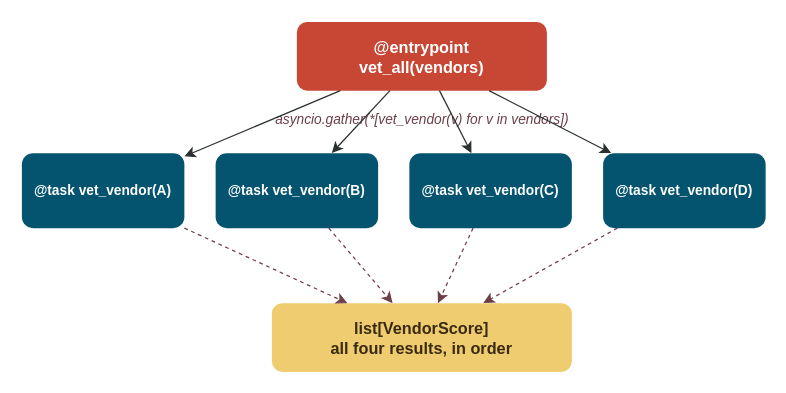
Above: page "Functional API" (6 of 8) of docs/img/patterns/tulip-patterns.drawio in tuliplabs-ai/docs (draw.io), before the change. Source tidied: cells renumbered, new cells numbered last; positions are measured from the earlier drawing's top-left corner, leaving out a move shared by most shapes. Both pictures are drawn from the tidied source at 125%, with x=0, y=0 at pixel (21, 21).
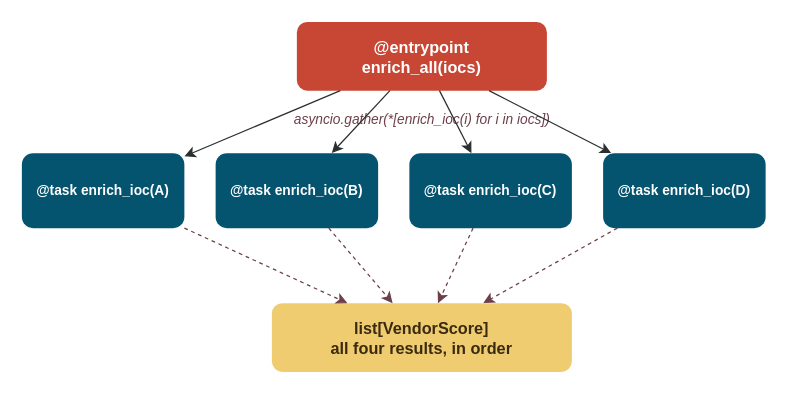
The same diagram, later.

Diff of the diagram source:
```diff
@@
 <mxGraphModel>
   <root>
     <mxCell id="0" />
     <mxCell id="1" parent="0" />
-    <mxCell id="2" value="@entrypoint&#10;vet_all(vendors)" style="rounded=1;whiteSpace=wrap;html=1;fillColor=#C74634;strokeColor=none;fontColor=#FFFFFF;fontSize=13;fontStyle=1;align=center;" parent="1" vertex="1">
+    <mxCell id="2" value="@entrypoint&#10;enrich_all(iocs)" style="rounded=1;whiteSpace=wrap;html=1;fillColor=#C74634;strokeColor=none;fontColor=#FFFFFF;fontSize=13;fontStyle=1;align=center;" parent="1" vertex="1">
       <mxGeometry x="220" width="200" height="55" as="geometry" />
     </mxCell>
-    <mxCell id="3" value="asyncio.gather(*[vet_vendor(v) for v in vendors])" style="text;html=1;align=center;fontSize=11;fontStyle=2;fontColor=#6C3F49;" parent="1" vertex="1">
+    <mxCell id="3" value="asyncio.gather(*[enrich_ioc(i) for i in iocs])" style="text;html=1;align=center;fontSize=11;fontStyle=2;fontColor=#6C3F49;" parent="1" vertex="1">
       <mxGeometry x="120" y="65" width="400" height="20" as="geometry" />
     </mxCell>
-    <mxCell id="4" value="@task vet_vendor(A)" style="rounded=1;whiteSpace=wrap;html=1;fillColor=#04536F;strokeColor=none;fontColor=#FFFFFF;fontSize=11;fontStyle=1;align=center;" parent="1" vertex="1">
+    <mxCell id="4" value="@task enrich_ioc(A)" style="rounded=1;whiteSpace=wrap;html=1;fillColor=#04536F;strokeColor=none;fontColor=#FFFFFF;fontSize=11;fontStyle=1;align=center;" parent="1" vertex="1">
       <mxGeometry y="105" width="130" height="60" as="geometry" />
     </mxCell>
-    <mxCell id="5" value="@task vet_vendor(B)" style="rounded=1;whiteSpace=wrap;html=1;fillColor=#04536F;strokeColor=none;fontColor=#FFFFFF;fontSize=11;fontStyle=1;align=center;" parent="1" vertex="1">
+    <mxCell id="5" value="@task enrich_ioc(B)" style="rounded=1;whiteSpace=wrap;html=1;fillColor=#04536F;strokeColor=none;fontColor=#FFFFFF;fontSize=11;fontStyle=1;align=center;" parent="1" vertex="1">
       <mxGeometry x="155" y="105" width="130" height="60" as="geometry" />
     </mxCell>
-    <mxCell id="6" value="@task vet_vendor(C)" style="rounded=1;whiteSpace=wrap;html=1;fillColor=#04536F;strokeColor=none;fontColor=#FFFFFF;fontSize=11;fontStyle=1;align=center;" parent="1" vertex="1">
+    <mxCell id="6" value="@task enrich_ioc(C)" style="rounded=1;whiteSpace=wrap;html=1;fillColor=#04536F;strokeColor=none;fontColor=#FFFFFF;fontSize=11;fontStyle=1;align=center;" parent="1" vertex="1">
       <mxGeometry x="310" y="105" width="130" height="60" as="geometry" />
     </mxCell>
-    <mxCell id="7" value="@task vet_vendor(D)" style="rounded=1;whiteSpace=wrap;html=1;fillColor=#04536F;strokeColor=none;fontColor=#FFFFFF;fontSize=11;fontStyle=1;align=center;" parent="1" vertex="1">
+    <mxCell id="7" value="@task enrich_ioc(D)" style="rounded=1;whiteSpace=wrap;html=1;fillColor=#04536F;strokeColor=none;fontColor=#FFFFFF;fontSize=11;fontStyle=1;align=center;" parent="1" vertex="1">
       <mxGeometry x="465" y="105" width="130" height="60" as="geometry" />
     </mxCell>
     <mxCell id="8" value="list[VendorScore]&#10;all four results, in order" style="rounded=1;whiteSpace=wrap;html=1;fillColor=#F0CC71;strokeColor=none;fontColor=#3A2A0F;fontSize=13;fontStyle=1;align=center;" parent="1" vertex="1">
       <mxGeometry x="200" y="225" width="240" height="55" as="geometry" />
     </mxCell>
     <mxCell id="9" style="endArrow=classic;html=1;strokeColor=#2A2F2F;" parent="1" edge="1" source="2" target="4">
       <mxGeometry relative="1" as="geometry" />
     </mxCell>
     <mxCell id="10" style="endArrow=classic;html=1;strokeColor=#2A2F2F;" parent="1" edge="1" source="2" target="5">
       <mxGeometry relative="1" as="geometry" />
     </mxCell>
     <mxCell id="11" style="endArrow=classic;html=1;strokeColor=#2A2F2F;" parent="1" edge="1" source="2" target="6">
       <mxGeometry relative="1" as="geometry" />
     </mxCell>
     <mxCell id="12" style="endArrow=classic;html=1;strokeColor=#2A2F2F;" parent="1" edge="1" source="2" target="7">
       <mxGeometry relative="1" as="geometry" />
     </mxCell>
     <mxCell id="13" style="endArrow=classic;html=1;strokeColor=#6C3F49;dashed=1;" parent="1" edge="1" source="4" target="8">
       <mxGeometry relative="1" as="geometry" />
     </mxCell>
     <mxCell id="14" style="endArrow=classic;html=1;strokeColor=#6C3F49;dashed=1;" parent="1" edge="1" source="5" target="8">
       <mxGeometry relative="1" as="geometry" />
     </mxCell>
     <mxCell id="15" style="endArrow=classic;html=1;strokeColor=#6C3F49;dashed=1;" parent="1" edge="1" source="6" target="8">
       <mxGeometry relative="1" as="geometry" />
     </mxCell>
     <mxCell id="16" style="endArrow=classic;html=1;strokeColor=#6C3F49;dashed=1;" parent="1" edge="1" source="7" target="8">
       <mxGeometry relative="1" as="geometry" />
     </mxCell>
   </root>
 </mxGraphModel>
```
